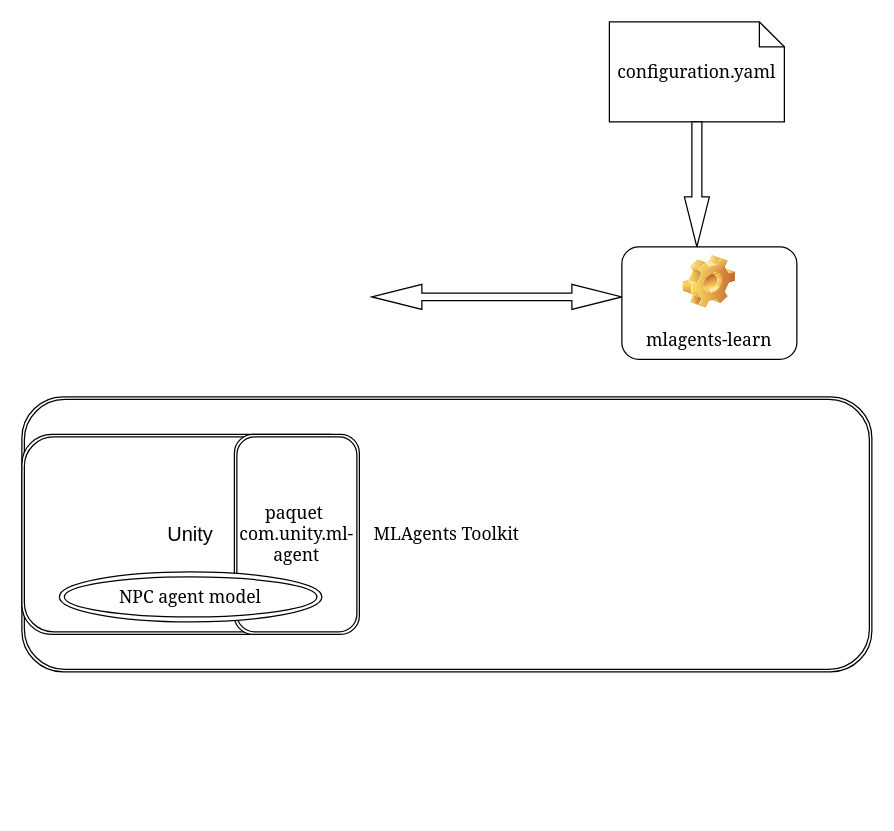
Above: docs/arquitectura-tools.drawio in wilberquito/JumperNPC (draw.io), before the change. Source tidied: cells renumbered, new cells numbered last; positions are measured from the earlier drawing's top-left corner, leaving out a move shared by most shapes. Both pictures are drawn from the tidied source at 125%, with x=0, y=0 at pixel (21, 21).
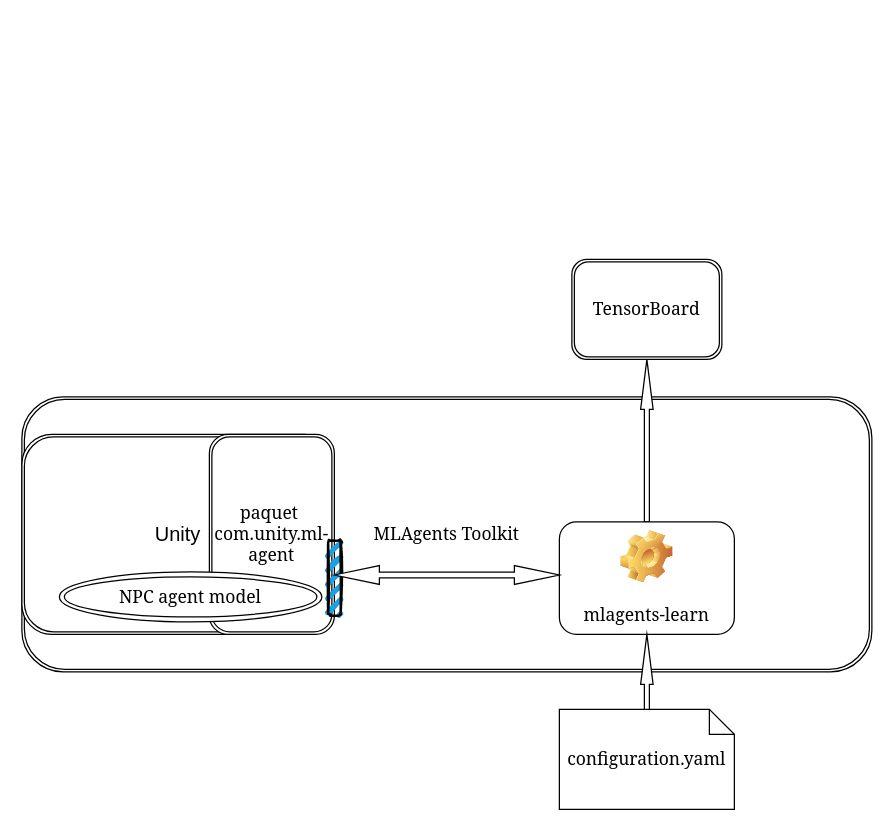
Above is the later version.

Diff of the diagram source:
```diff
@@
 <mxGraphModel>
   <root>
     <mxCell id="0" />
     <mxCell id="1" parent="0" />
     <mxCell id="2" value="MLAgents Toolkit" style="shape=ext;double=1;rounded=1;whiteSpace=wrap;html=1;fontFamily=Georgia;fontSize=14;fontColor=#000000;" parent="1" vertex="1">
       <mxGeometry y="300" width="680" height="220" as="geometry" />
     </mxCell>
-    <mxCell id="3" style="shape=doubleArrow;whiteSpace=wrap;html=1;fontFamily=Georgia;fontSize=14;fontColor=#000000;" parent="1" vertex="1">
-      <mxGeometry x="280" y="210" width="200" height="20" as="geometry" />
-    </mxCell>
     <mxCell id="4" value="configuration.yaml" style="shape=note;size=20;whiteSpace=wrap;html=1;fontFamily=Georgia;fontSize=14;fontColor=#000000;" parent="1" vertex="1">
-      <mxGeometry x="470" width="140" height="80" as="geometry" />
+      <mxGeometry x="430" y="550" width="140" height="80" as="geometry" />
     </mxCell>
-    <mxCell id="5" style="html=1;shadow=0;dashed=0;align=center;verticalAlign=middle;shape=mxgraph.arrows2.arrow;dy=0.6;dx=40;direction=south;notch=0;fontFamily=Georgia;fontSize=14;fontColor=#000000;" parent="1" vertex="1">
-      <mxGeometry x="530" y="80" width="20" height="100" as="geometry" />
+    <mxCell id="5" style="html=1;shadow=0;dashed=0;align=center;verticalAlign=middle;shape=mxgraph.arrows2.arrow;dy=0.6;dx=40;direction=south;notch=0;fontFamily=Georgia;fontSize=14;fontColor=#000000;rotation=-180;" parent="1" vertex="1">
+      <mxGeometry x="495" y="270" width="10" height="130" as="geometry" />
     </mxCell>
     <mxCell id="6" value="&lt;span style=&quot;font-weight: normal&quot;&gt;mlagents-learn&lt;/span&gt;" style="label;whiteSpace=wrap;html=1;align=center;verticalAlign=bottom;spacingLeft=0;spacingBottom=4;imageAlign=center;imageVerticalAlign=top;image=img/clipart/Gear_128x128.png;fontFamily=Georgia;fontSize=14;fontColor=#000000;" parent="1" vertex="1">
-      <mxGeometry x="480" y="180" width="140" height="90" as="geometry" />
+      <mxGeometry x="430" y="400" width="140" height="90" as="geometry" />
     </mxCell>
     <mxCell id="7" value="&lt;font style=&quot;font-size: 16px&quot;&gt;Unity&lt;/font&gt;" style="shape=ext;double=1;rounded=1;whiteSpace=wrap;html=1;" parent="1" vertex="1">
-      <mxGeometry y="330" width="270" height="160" as="geometry" />
+      <mxGeometry y="330" width="250" height="160" as="geometry" />
     </mxCell>
     <mxCell id="8" value="paquet&amp;nbsp;&lt;br&gt;com.unity.ml-agent" style="shape=ext;double=1;rounded=1;whiteSpace=wrap;html=1;fontFamily=Georgia;fontSize=14;fontColor=#000000;" parent="1" vertex="1">
-      <mxGeometry x="170" y="330" width="100" height="160" as="geometry" />
+      <mxGeometry x="150" y="330" width="100" height="160" as="geometry" />
     </mxCell>
     <mxCell id="9" value="NPC agent model" style="ellipse;shape=doubleEllipse;whiteSpace=wrap;html=1;fontFamily=Georgia;fontSize=14;fontColor=#000000;" parent="1" vertex="1">
       <mxGeometry x="30" y="440" width="210" height="40" as="geometry" />
     </mxCell>
+    <mxCell id="10" style="html=1;shadow=0;dashed=0;align=center;verticalAlign=middle;shape=mxgraph.arrows2.arrow;dy=0.6;dx=40;direction=south;notch=0;fontFamily=Georgia;fontSize=14;fontColor=#000000;rotation=-180;" parent="1" vertex="1">
+      <mxGeometry x="495" y="490" width="10" height="60" as="geometry" />
+    </mxCell>
+    <mxCell id="11" value="TensorBoard" style="shape=ext;double=1;rounded=1;whiteSpace=wrap;html=1;fontFamily=Georgia;fontSize=14;fontColor=#000000;" parent="1" vertex="1">
+      <mxGeometry x="440" y="190" width="120" height="80" as="geometry" />
+    </mxCell>
+    <mxCell id="12" style="rounded=1;whiteSpace=wrap;html=1;strokeWidth=2;fillWeight=4;hachureGap=8;hachureAngle=45;fillColor=#1ba1e2;sketch=1;fontFamily=Georgia;fontSize=14;fontColor=#000000;rotation=-90;" parent="1" vertex="1">
+      <mxGeometry x="220" y="440" width="60" height="10" as="geometry" />
+    </mxCell>
+    <mxCell id="3" style="shape=doubleArrow;whiteSpace=wrap;html=1;fontFamily=Georgia;fontSize=14;fontColor=#000000;" parent="1" vertex="1">
+      <mxGeometry x="250" y="435" width="180" height="15" as="geometry" />
+    </mxCell>
   </root>
 </mxGraphModel>
```
